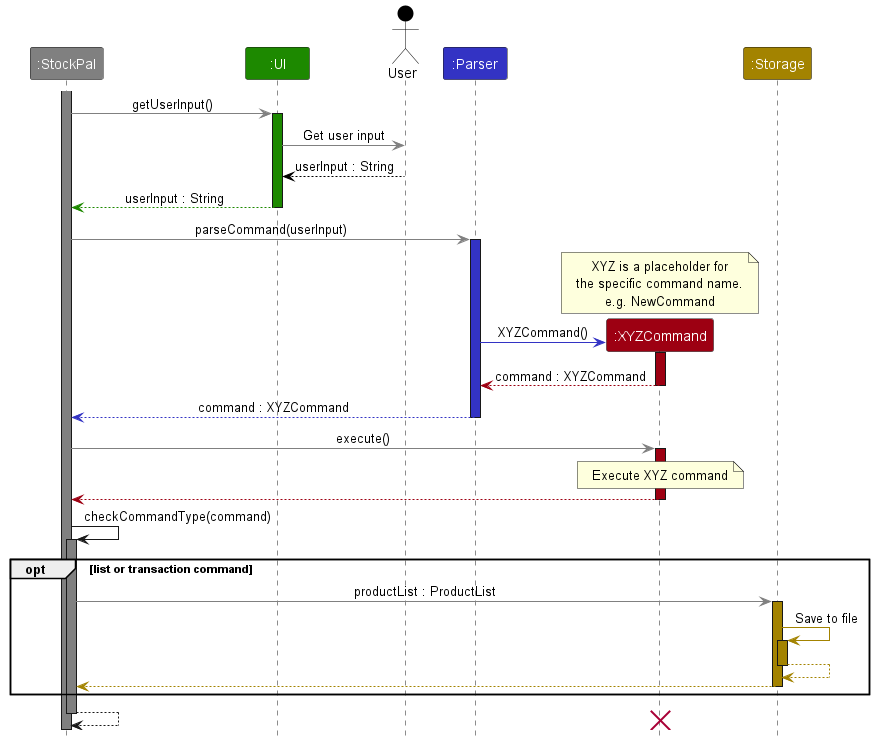
leongxingyu/tp keeps this PlantUML diagram as docs/images/CommandSequenceDiagram.png. Above is the earlier version.
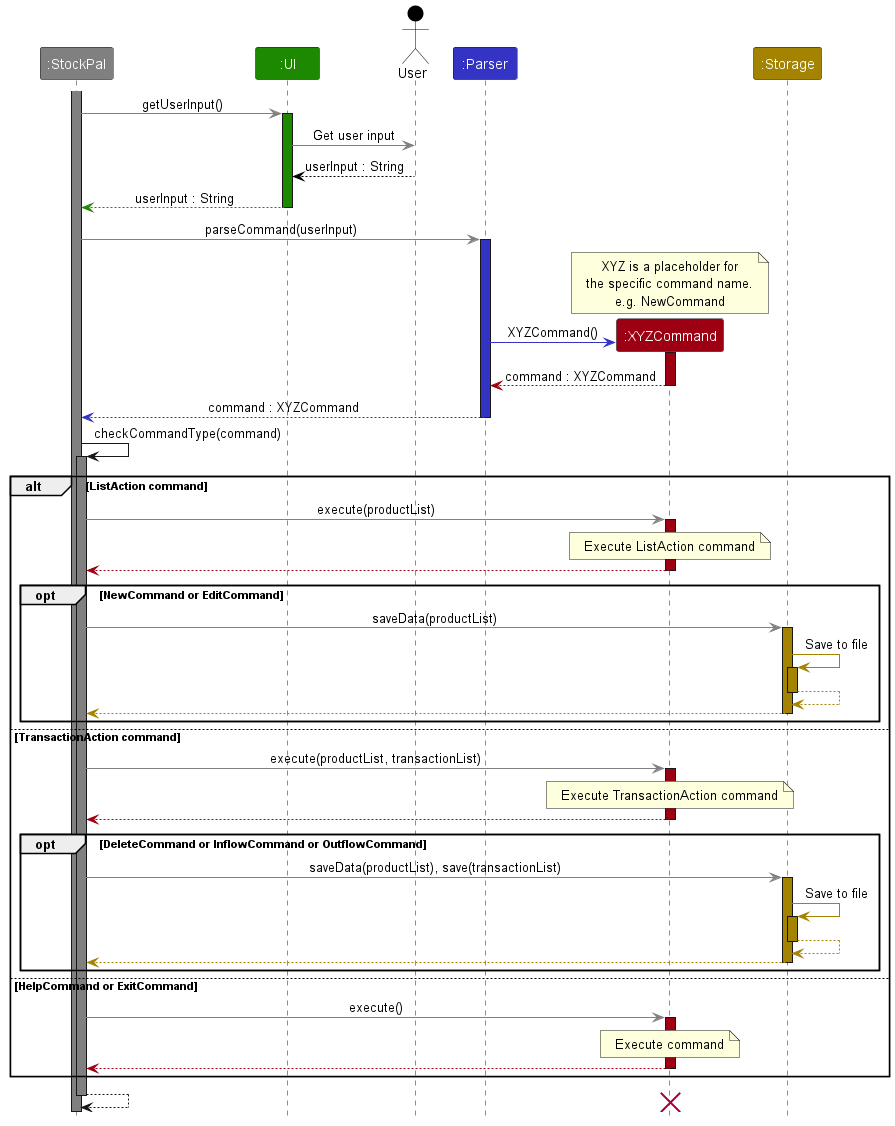
Above is the later version.

Diff of the diagram source:
```diff
@@ -39,32 +39,67 @@
 parser --[PARSER_COLOR]> stockpal : command : XYZCommand
 deactivate parser
 
-stockpal -[STOCKPAL_COLOR]> command : execute()
-activate command COMMANDS_COLOR
-
-note over command
-   Execute XYZ command
-end note
-
-stockpal <--[COMMANDS_COLOR] command
-deactivate command
-
 stockpal -> stockpal : checkCommandType(command)
 
 activate stockpal STOCKPAL_COLOR
 
-opt list or transaction command
-    stockpal -[STOCKPAL_COLOR]> storage : productList : ProductList
-    activate storage STORAGE_COLOR
+alt ListAction command
+    stockpal -[STOCKPAL_COLOR]> command : execute(productList)
+    activate command COMMANDS_COLOR
 
-    storage -[STORAGE_COLOR]> storage : Save to file
-    activate storage STORAGE_COLOR
+    note over command
+        Execute ListAction command
+    end note
 
-    storage --[STORAGE_COLOR]> storage
-    deactivate storage
+    stockpal <--[COMMANDS_COLOR] command
+    deactivate command
 
-    storage --[STORAGE_COLOR]> stockpal
-    deactivate storage
+    opt NewCommand or EditCommand
+        stockpal -[STOCKPAL_COLOR]> storage : saveData(productList)
+        activate storage STORAGE_COLOR
+        storage -[STORAGE_COLOR]> storage : Save to file
+        activate storage STORAGE_COLOR
+
+        storage --[STORAGE_COLOR]> storage
+        deactivate storage
+
+        storage --[STORAGE_COLOR]> stockpal
+        deactivate storage
+    end
+else TransactionAction command
+    stockpal -[STOCKPAL_COLOR]> command : execute(productList, transactionList)
+    activate command COMMANDS_COLOR
+
+    note over command
+       Execute TransactionAction command
+    end note
+
+    stockpal <--[COMMANDS_COLOR] command
+    deactivate command
+
+    opt DeleteCommand or InflowCommand or OutflowCommand
+        stockpal -[STOCKPAL_COLOR]> storage : saveData(productList), save(transactionList)
+        activate storage STORAGE_COLOR
+        storage -[STORAGE_COLOR]> storage : Save to file
+        activate storage STORAGE_COLOR
+
+        storage --[STORAGE_COLOR]> storage
+        deactivate storage
+
+        storage --[STORAGE_COLOR]> stockpal
+        deactivate storage
+    end
+else HelpCommand or ExitCommand
+    stockpal -[STOCKPAL_COLOR]> command : execute()
+    activate command COMMANDS_COLOR
+
+    note over command
+       Execute command
+    end note
+
+    stockpal <--[COMMANDS_COLOR] command
+    deactivate command
+
 end
 
 stockpal --> stockpal
```
